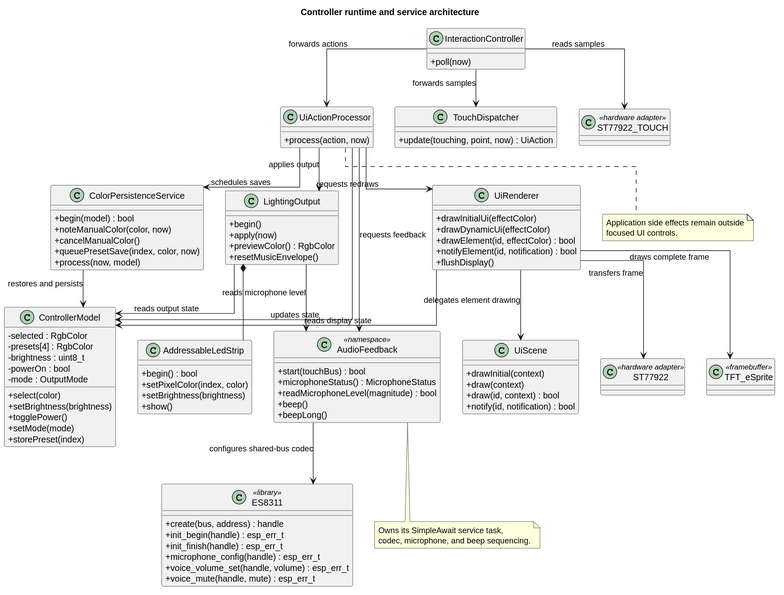
The PlantUML diagram docs/diagrams/runtime-classes.svg in noelanderson/color-controller, before a commit.
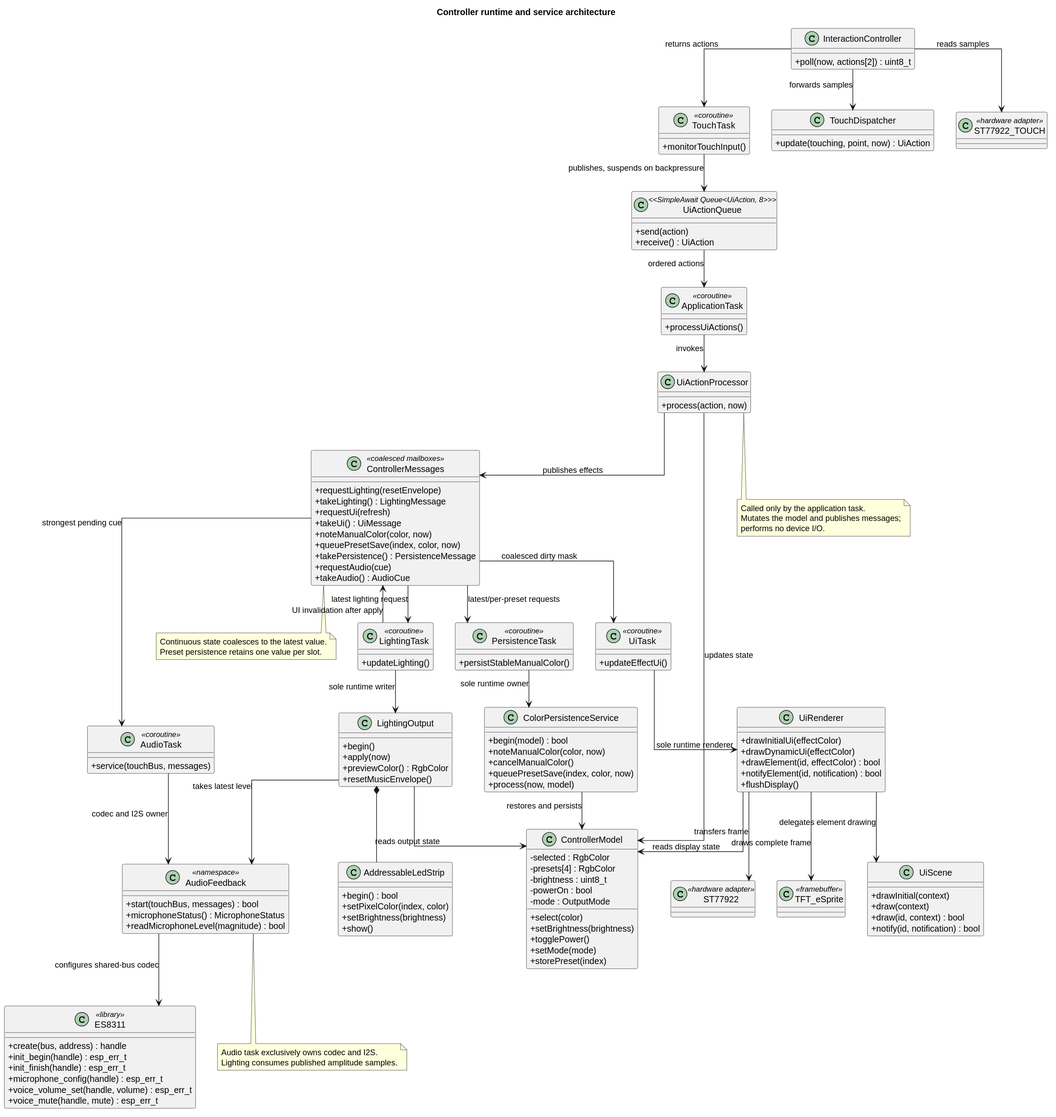
The same file after the commit.

Change to the diagram source:
```diff
@@ -21,7 +21,20 @@
 }
 
 class InteractionController {
-  +poll(now)
+  +poll(now, actions[2]) : uint8_t
+}
+
+class TouchTask <<coroutine>> {
+  +monitorTouchInput()
+}
+
+class UiActionQueue <<SimpleAwait Queue<UiAction, 8>>> {
+  +send(action)
+  +receive() : UiAction
+}
+
+class ApplicationTask <<coroutine>> {
+  +processUiActions()
 }
 
 class TouchDispatcher {
@@ -30,6 +43,34 @@
 
 class UiActionProcessor {
   +process(action, now)
+}
+
+class ControllerMessages <<coalesced mailboxes>> {
+  +requestLighting(resetEnvelope)
+  +takeLighting() : LightingMessage
+  +requestUi(refresh)
+  +takeUi() : UiMessage
+  +noteManualColor(color, now)
+  +queuePresetSave(index, color, now)
+  +takePersistence() : PersistenceMessage
+  +requestAudio(cue)
+  +takeAudio() : AudioCue
+}
+
+class LightingTask <<coroutine>> {
+  +updateLighting()
+}
+
+class UiTask <<coroutine>> {
+  +updateEffectUi()
+}
+
+class PersistenceTask <<coroutine>> {
+  +persistStableManualColor()
+}
+
+class AudioTask <<coroutine>> {
+  +service(touchBus, messages)
 }
 
 class LightingOutput {
@@ -55,11 +96,9 @@
 }
 
 class AudioFeedback <<namespace>> {
-  +start(touchBus) : bool
+  +start(touchBus, messages) : bool
   +microphoneStatus() : MicrophoneStatus
   +readMicrophoneLevel(magnitude) : bool
-  +beep()
-  +beepLong()
 }
 
 class ES8311 <<library>> {
@@ -92,16 +131,27 @@
 
 InteractionController --> ST77922_TOUCH : reads samples
 InteractionController --> TouchDispatcher : forwards samples
-InteractionController --> UiActionProcessor : forwards actions
+InteractionController --> TouchTask : returns actions
+TouchTask --> UiActionQueue : publishes, suspends on backpressure
+UiActionQueue --> ApplicationTask : ordered actions
+ApplicationTask --> UiActionProcessor : invokes
 UiActionProcessor --> ControllerModel : updates state
-UiActionProcessor --> LightingOutput : applies output
-UiActionProcessor --> ColorPersistenceService : schedules saves
-UiActionProcessor --> AudioFeedback : requests feedback
-UiActionProcessor --> UiRenderer : requests redraws
+UiActionProcessor --> ControllerMessages : publishes effects
+
+ControllerMessages --> LightingTask : latest lighting request
+LightingTask --> ControllerMessages : UI invalidation after apply
+ControllerMessages --> UiTask : coalesced dirty mask
+ControllerMessages --> PersistenceTask : latest/per-preset requests
+ControllerMessages --> AudioTask : strongest pending cue
+
+LightingTask --> LightingOutput : sole runtime writer
+UiTask --> UiRenderer : sole runtime renderer
+PersistenceTask --> ColorPersistenceService : sole runtime owner
+AudioTask --> AudioFeedback : codec and I2S owner
 
 LightingOutput --> ControllerModel : reads output state
 LightingOutput *-- AddressableLedStrip
-LightingOutput --> AudioFeedback : reads microphone level
+LightingOutput --> AudioFeedback : takes latest level
 AudioFeedback --> ES8311 : configures shared-bus codec
 
 ColorPersistenceService --> ControllerModel : restores and persists
@@ -111,12 +161,18 @@
 UiRenderer --> ST77922 : transfers frame
 
 note bottom of UiActionProcessor
-  Application side effects remain outside
-  focused UI controls.
+  Called only by the application task.
+  Mutates the model and publishes messages;
+  performs no device I/O.
+end note
+
+note bottom of ControllerMessages
+  Continuous state coalesces to the latest value.
+  Preset persistence retains one value per slot.
 end note
 
 note bottom of AudioFeedback
-  Owns its SimpleAwait service task,
-  codec, microphone, and beep sequencing.
+  Audio task exclusively owns codec and I2S.
+  Lighting consumes published amplitude samples.
 end note
 @enduml
```
